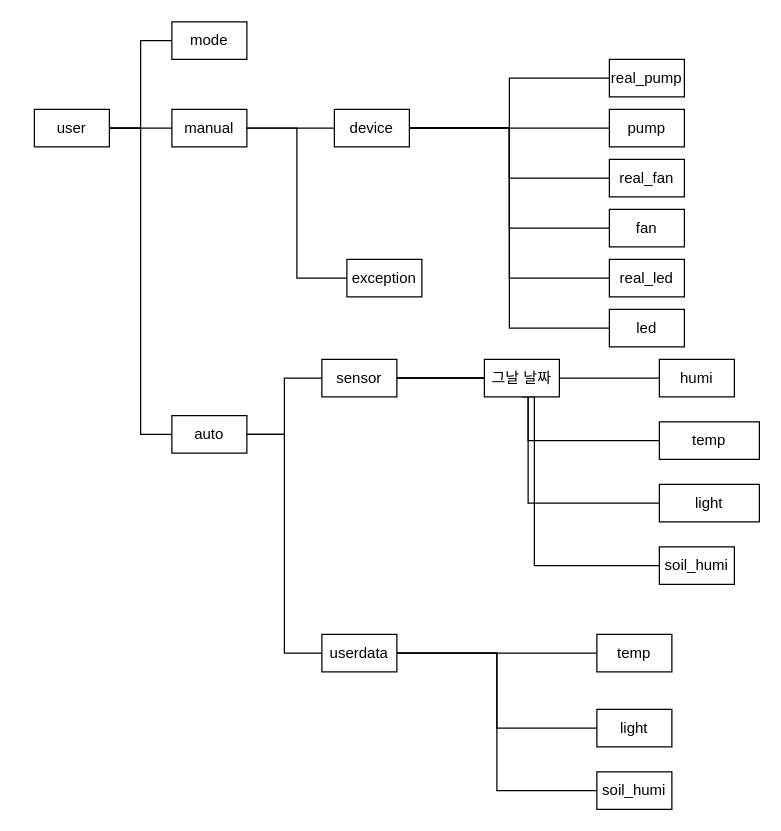
This is 6주차/데이터베이스_저장트리.drawio from sonmyungwon/Software-Development, a draw.io file, before an edit. Source tidied: cells renumbered, new cells numbered last; positions are measured from the earlier drawing's top-left corner, leaving out a move shared by most shapes. Both pictures are drawn from the tidied source at 125%, with x=0, y=0 at pixel (34, 21).
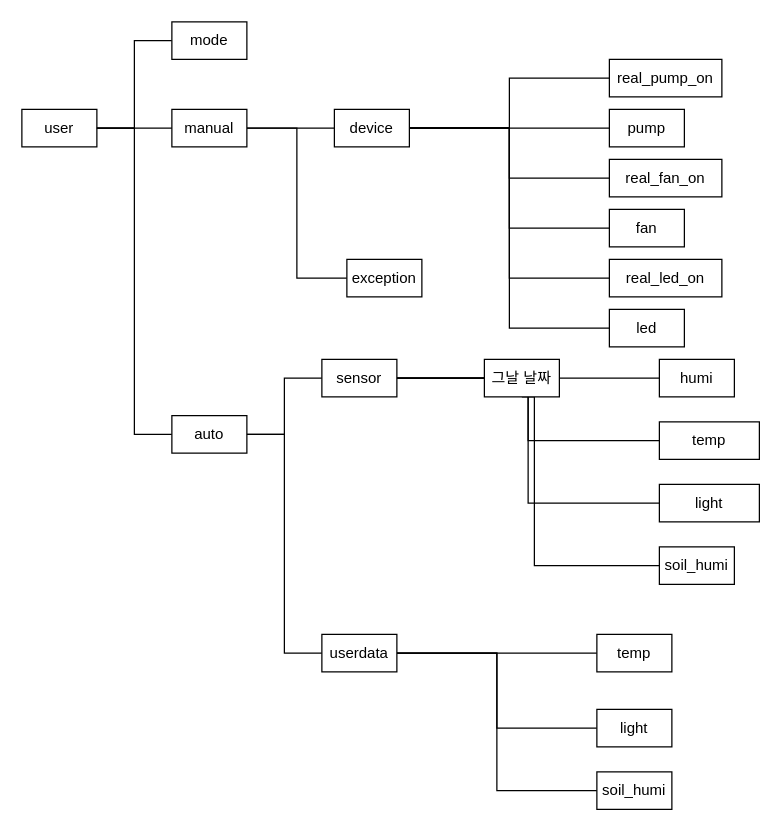
After the change.

Commit message:
데이터베이스_저장트리.drawio 업데이트

What changed in the source:
```diff
@@
     <mxCell id="2" value="user" style="rounded=0;whiteSpace=wrap;html=1;" parent="1" vertex="1">
-      <mxGeometry y="70" width="60" height="30" as="geometry" />
+      <mxGeometry x="-10" y="70" width="60" height="30" as="geometry" />
     </mxCell>
@@
-    <mxCell id="23" value="real_fan" style="rounded=0;whiteSpace=wrap;html=1;" parent="1" vertex="1">
-      <mxGeometry x="460" y="110" width="60" height="30" as="geometry" />
+    <mxCell id="23" value="real_fan_on" style="rounded=0;whiteSpace=wrap;html=1;" parent="1" vertex="1">
+      <mxGeometry x="460" y="110" width="90" height="30" as="geometry" />
     </mxCell>
@@
-    <mxCell id="25" value="real_led" style="rounded=0;whiteSpace=wrap;html=1;" parent="1" vertex="1">
-      <mxGeometry x="460" y="190" width="60" height="30" as="geometry" />
+    <mxCell id="25" value="real_led_on" style="rounded=0;whiteSpace=wrap;html=1;" parent="1" vertex="1">
+      <mxGeometry x="460" y="190" width="90" height="30" as="geometry" />
     </mxCell>
@@
-    <mxCell id="38" value="real_pump" style="rounded=0;whiteSpace=wrap;html=1;" parent="1" vertex="1">
-      <mxGeometry x="460" y="30" width="60" height="30" as="geometry" />
+    <mxCell id="38" value="real_pump_on" style="rounded=0;whiteSpace=wrap;html=1;" parent="1" vertex="1">
+      <mxGeometry x="460" y="30" width="90" height="30" as="geometry" />
     </mxCell>
```
